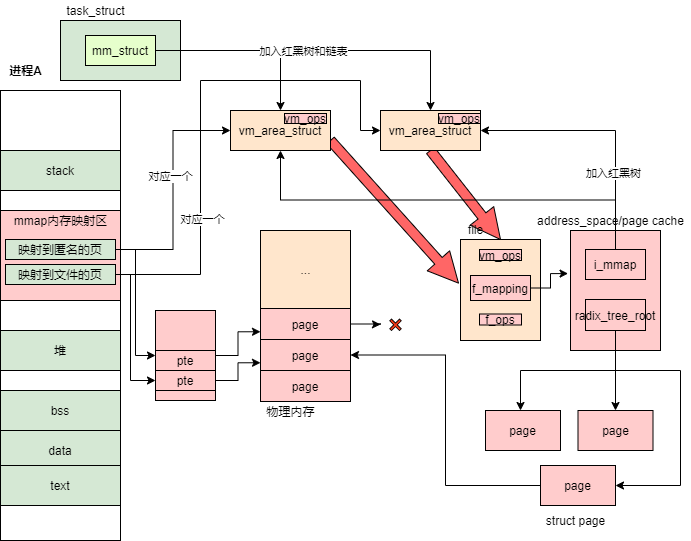
The draw.io diagram 操作系统/mmap文件映射.png in bollcode/node_picture, before a commit. Source tidied: cells renumbered, new cells last; positions are measured from the earlier drawing's top-left corner, leaving out a move shared by most shapes.
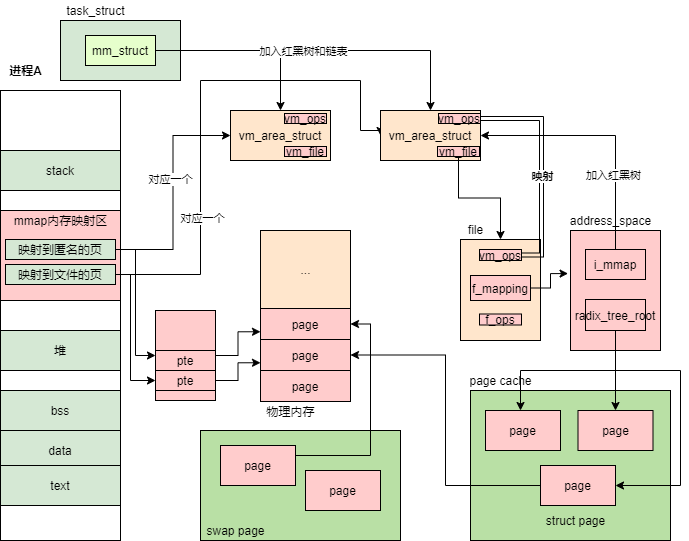
The same file after the commit.

What changed in the source:
```diff
@@ -2,6 +2,9 @@
   <root>
     <mxCell id="0" />
     <mxCell id="1" parent="0" />
+    <mxCell id="65" style="rounded=0;whiteSpace=wrap;html=1;fillColor=#B9E0A5;" parent="1" vertex="1">
+      <mxGeometry x="470" y="390" width="200" height="150" as="geometry" />
+    </mxCell>
     <mxCell id="2" style="rounded=0;whiteSpace=wrap;html=1;" parent="1" vertex="1">
       <mxGeometry y="90" width="120" height="450" as="geometry" />
     </mxCell>
@@ -83,17 +86,11 @@
     <mxCell id="24" value="mm_struct" style="rounded=0;whiteSpace=wrap;html=1;fillColor=#E6FFCC;" parent="1" vertex="1">
       <mxGeometry x="85" y="35" width="70" height="30" as="geometry" />
     </mxCell>
-    <mxCell id="25" style="edgeStyle=orthogonalEdgeStyle;rounded=0;jettySize=auto;html=1;exitX=1;exitY=0.75;exitDx=0;exitDy=0;entryX=-0.025;entryY=0.432;entryDx=0;entryDy=0;entryPerimeter=0;fillColor=#FF6666;shape=arrow;" parent="1" edge="1" source="26" target="36">
-      <mxGeometry relative="1" as="geometry" />
-    </mxCell>
     <mxCell id="26" value="vm_area_struct" style="whiteSpace=wrap;html=1;fillColor=#FFE6CC;" parent="1" vertex="1">
-      <mxGeometry x="230" y="110" width="100" height="40" as="geometry" />
+      <mxGeometry x="230" y="110" width="100" height="50" as="geometry" />
     </mxCell>
-    <mxCell id="27" style="edgeStyle=orthogonalEdgeStyle;rounded=0;jettySize=auto;html=1;exitX=0.5;exitY=1;exitDx=0;exitDy=0;entryX=0.5;entryY=0;entryDx=0;entryDy=0;fillColor=#FF6666;shape=arrow;" parent="1" edge="1" source="28" target="36">
-      <mxGeometry relative="1" as="geometry" />
-    </mxCell>
     <mxCell id="28" value="vm_area_struct" style="whiteSpace=wrap;html=1;fillColor=#FFE6CC;" parent="1" vertex="1">
-      <mxGeometry x="380" y="110" width="100" height="40" as="geometry" />
+      <mxGeometry x="380" y="110" width="100" height="50" as="geometry" />
     </mxCell>
     <mxCell id="29" style="rounded=0;whiteSpace=wrap;html=1;fillColor=#FFE6CC;" parent="1" vertex="1">
       <mxGeometry x="260" y="230" width="90" height="171" as="geometry" />
@@ -104,11 +101,6 @@
     <mxCell id="31" value="page" style="rounded=0;whiteSpace=wrap;html=1;fillColor=#FFCCCC;" parent="1" vertex="1">
       <mxGeometry x="260" y="339" width="90" height="31" as="geometry" />
     </mxCell>
-    <mxCell id="32" style="edgeStyle=orthogonalEdgeStyle;rounded=0;jettySize=auto;html=1;exitX=1;exitY=0.5;exitDx=0;exitDy=0;fillColor=#FF6666;" parent="1" edge="1" source="33">
-      <mxGeometry relative="1" as="geometry">
-        <mxPoint x="380" y="324" as="targetPoint" />
-      </mxGeometry>
-    </mxCell>
     <mxCell id="33" value="page" style="rounded=0;whiteSpace=wrap;html=1;fillColor=#FFCCCC;" parent="1" vertex="1">
       <mxGeometry x="260" y="308" width="90" height="31" as="geometry" />
     </mxCell>
@@ -133,8 +125,8 @@
     <mxCell id="40" style="rounded=0;whiteSpace=wrap;html=1;fillColor=#FFCCCC;" parent="1" vertex="1">
       <mxGeometry x="570" y="230" width="90" height="120" as="geometry" />
     </mxCell>
-    <mxCell id="41" value="address_space/page cache" style="text;html=1;align=center;verticalAlign=middle;" parent="1" vertex="1">
-      <mxGeometry x="530" y="210" width="160" height="20" as="geometry" />
+    <mxCell id="41" value="address_space" style="text;html=1;align=center;verticalAlign=middle;" parent="1" vertex="1">
+      <mxGeometry x="560" y="210" width="100" height="20" as="geometry" />
     </mxCell>
     <mxCell id="42" style="edgeStyle=orthogonalEdgeStyle;rounded=0;jettySize=auto;html=1;exitX=0.5;exitY=0;exitDx=0;exitDy=0;entryX=1;entryY=0.5;entryDx=0;entryDy=0;" parent="1" edge="1" source="45" target="28">
       <mxGeometry relative="1" as="geometry" />
@@ -142,9 +134,6 @@
     <mxCell id="43" value="加入红黑树" style="edgeLabel;html=1;align=center;verticalAlign=middle;" parent="42" vertex="1">
       <mxGeometry x="-0.4" y="3" relative="1" as="geometry" />
     </mxCell>
-    <mxCell id="44" style="edgeStyle=orthogonalEdgeStyle;rounded=0;jettySize=auto;html=1;exitX=0.5;exitY=0;exitDx=0;exitDy=0;entryX=0.5;entryY=1;entryDx=0;entryDy=0;" parent="1" edge="1" source="45" target="26">
-      <mxGeometry relative="1" as="geometry" />
-    </mxCell>
     <mxCell id="45" value="i_mmap" style="rounded=0;whiteSpace=wrap;html=1;fillColor=#FFCCCC;" parent="1" vertex="1">
       <mxGeometry x="585" y="249" width="60" height="30" as="geometry" />
     </mxCell>
@@ -195,6 +184,17 @@
     <mxCell id="58" value="vm_ops" style="rounded=0;whiteSpace=wrap;html=1;fillColor=#FFCCCC;" parent="1" vertex="1">
       <mxGeometry x="438" y="113" width="42" height="10" as="geometry" />
     </mxCell>
+    <mxCell id="66" style="edgeStyle=orthogonalEdgeStyle;rounded=0;jettySize=auto;html=1;exitX=1;exitY=0.5;exitDx=0;exitDy=0;entryX=1;entryY=0.5;entryDx=0;entryDy=0;fillColor=#FF6666;shape=link;" parent="1" edge="1" source="59" target="58">
+      <mxGeometry relative="1" as="geometry">
+        <Array as="points">
+          <mxPoint x="541" y="255" />
+          <mxPoint x="541" y="118" />
+        </Array>
+      </mxGeometry>
+    </mxCell>
+    <mxCell id="67" value="&lt;b&gt;映射&lt;/b&gt;" style="edgeLabel;html=1;align=center;verticalAlign=middle;" parent="66" vertex="1">
+      <mxGeometry x="-0.09" relative="1" as="geometry" />
+    </mxCell>
     <mxCell id="59" value="vm_ops" style="rounded=0;whiteSpace=wrap;html=1;fillColor=#FFCCCC;" parent="1" vertex="1">
       <mxGeometry x="479" y="249" width="42" height="11" as="geometry" />
     </mxCell>
@@ -207,11 +207,35 @@
     <mxCell id="62" value="pte" style="whiteSpace=wrap;html=1;fillColor=#FFCCCC;" parent="1" vertex="1">
       <mxGeometry x="155" y="350" width="60" height="20" as="geometry" />
     </mxCell>
-    <mxCell id="63" value="❌" style="text;html=1;align=center;verticalAlign=middle;" parent="1" vertex="1">
-      <mxGeometry x="380" y="313.5" width="30" height="20" as="geometry" />
-    </mxCell>
     <mxCell id="64" value="f_ops" style="rounded=0;whiteSpace=wrap;html=1;fillColor=#FFCCCC;" parent="1" vertex="1">
       <mxGeometry x="479" y="313.5" width="42" height="11" as="geometry" />
     </mxCell>
+    <mxCell id="68" value="vm_file" style="rounded=0;whiteSpace=wrap;html=1;fillColor=#FFCCCC;" parent="1" vertex="1">
+      <mxGeometry x="284" y="146" width="42" height="10" as="geometry" />
+    </mxCell>
+    <mxCell id="69" style="edgeStyle=orthogonalEdgeStyle;rounded=0;jettySize=auto;html=1;exitX=0.5;exitY=1;exitDx=0;exitDy=0;entryX=0.5;entryY=0;entryDx=0;entryDy=0;fillColor=#FF6666;" parent="1" edge="1" source="70" target="36">
+      <mxGeometry relative="1" as="geometry" />
+    </mxCell>
+    <mxCell id="70" value="vm_file" style="rounded=0;whiteSpace=wrap;html=1;fillColor=#FFCCCC;" parent="1" vertex="1">
+      <mxGeometry x="437" y="146" width="42" height="10" as="geometry" />
+    </mxCell>
+    <mxCell id="71" value="page cache" style="text;html=1;align=center;verticalAlign=middle;" parent="1" vertex="1">
+      <mxGeometry x="460" y="370" width="80" height="20" as="geometry" />
+    </mxCell>
+    <mxCell id="72" style="rounded=0;whiteSpace=wrap;html=1;fillColor=#B9E0A5;" parent="1" vertex="1">
+      <mxGeometry x="200" y="430" width="200" height="110" as="geometry" />
+    </mxCell>
+    <mxCell id="73" style="edgeStyle=orthogonalEdgeStyle;rounded=0;jettySize=auto;html=1;exitX=1;exitY=0.25;exitDx=0;exitDy=0;entryX=1;entryY=0.5;entryDx=0;entryDy=0;fillColor=#FF6666;" parent="1" edge="1" source="74" target="33">
+      <mxGeometry relative="1" as="geometry" />
+    </mxCell>
+    <mxCell id="74" value="page" style="rounded=0;whiteSpace=wrap;html=1;fillColor=#FFCCCC;" parent="1" vertex="1">
+      <mxGeometry x="220" y="445" width="75" height="40" as="geometry" />
+    </mxCell>
+    <mxCell id="75" value="page" style="rounded=0;whiteSpace=wrap;html=1;fillColor=#FFCCCC;" parent="1" vertex="1">
+      <mxGeometry x="305" y="470" width="75" height="40" as="geometry" />
+    </mxCell>
+    <mxCell id="76" value="swap page" style="text;html=1;align=center;verticalAlign=middle;" parent="1" vertex="1">
+      <mxGeometry x="200" y="520" width="70" height="20" as="geometry" />
+    </mxCell>
   </root>
 </mxGraphModel>
```
